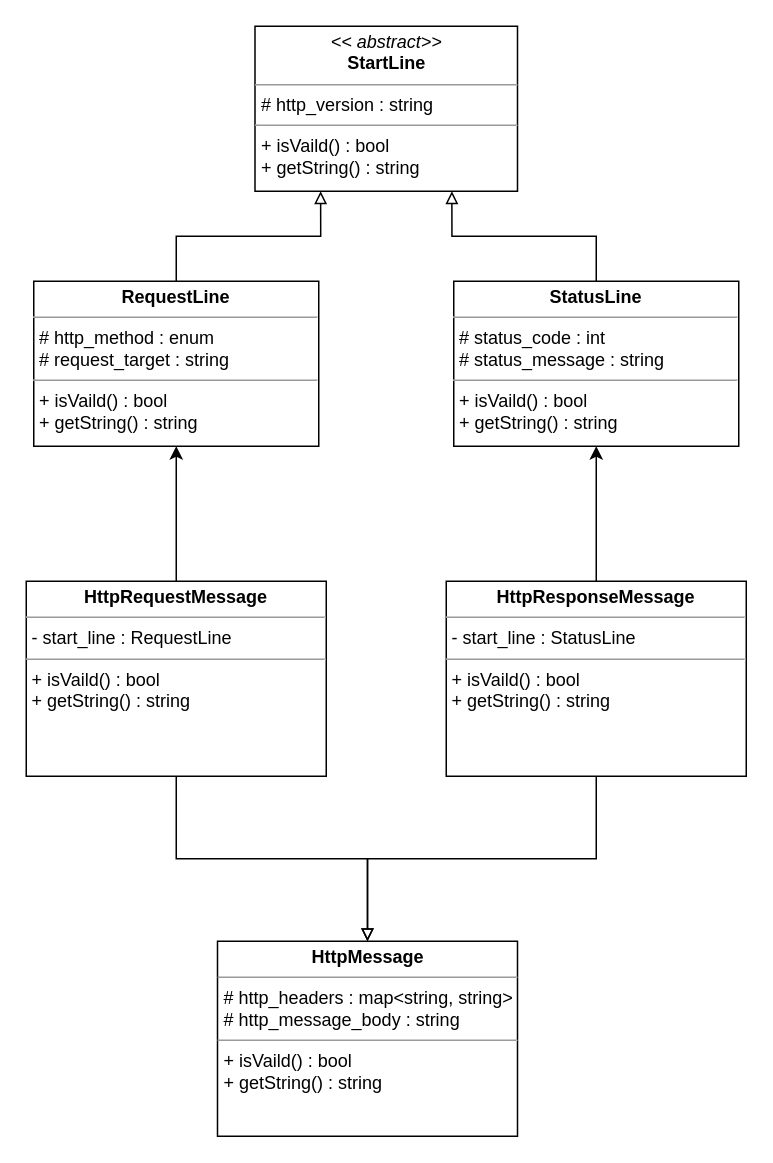
Earlier version of the draw.io diagram page "HttpMessage" (2 of 4) of docs/ClassDiagram/Diagram.drawio (wkdtpgns5016/webserve). Source tidied: cells renumbered, new cells numbered last; positions are measured from the earlier drawing's top-left corner, leaving out a move shared by most shapes. Both pictures are drawn from the tidied source at 150%, with x=0, y=0 at pixel (26, 26).
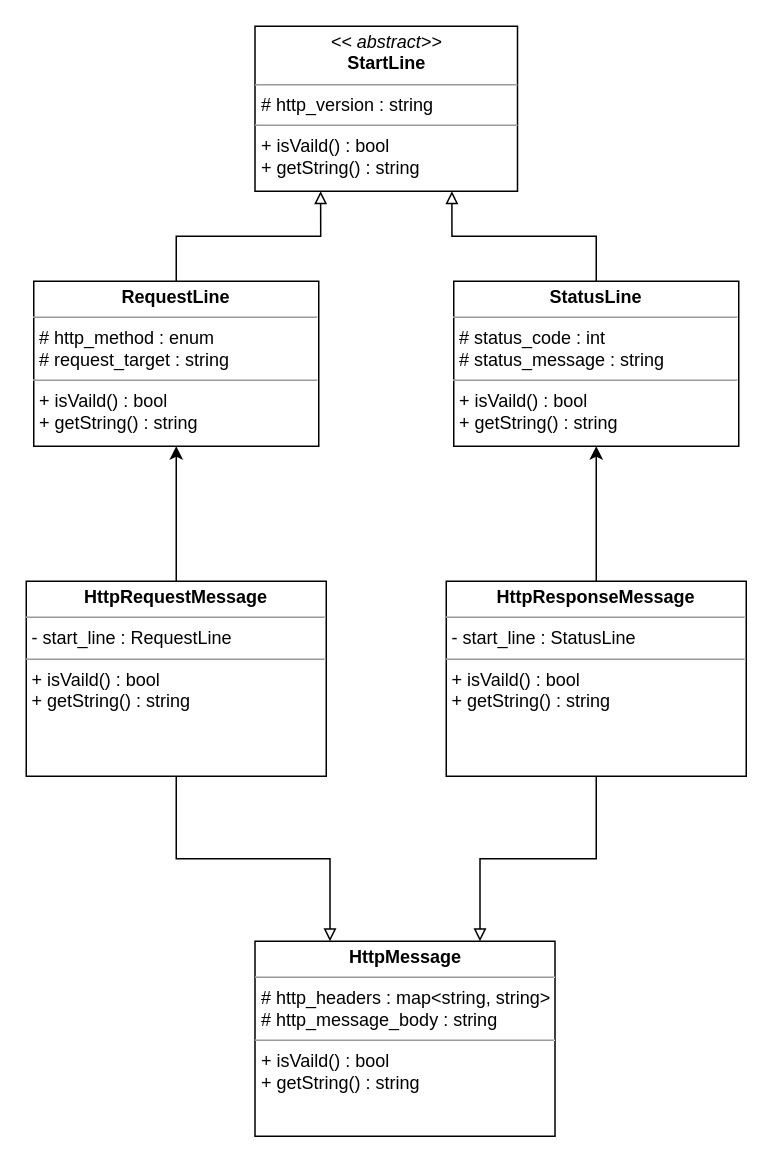
The same diagram, later.

Diff of the diagram source:
```diff
@@
 <mxGraphModel>
   <root>
     <mxCell id="0" />
     <mxCell id="1" parent="0" />
     <mxCell id="2" value="&lt;p style=&quot;margin:0px;margin-top:4px;text-align:center;&quot;&gt;&lt;i&gt;&amp;lt;&amp;lt; abstract&amp;gt;&amp;gt;&lt;/i&gt;&lt;br&gt;&lt;b&gt;StartLine&lt;/b&gt;&lt;/p&gt;&lt;hr size=&quot;1&quot;&gt;&lt;p style=&quot;margin:0px;margin-left:4px;&quot;&gt;# http_version : string&lt;br&gt;&lt;/p&gt;&lt;hr size=&quot;1&quot;&gt;&lt;p style=&quot;margin:0px;margin-left:4px;&quot;&gt;+ isVaild() : bool&lt;/p&gt;&lt;p style=&quot;margin:0px;margin-left:4px;&quot;&gt;+ getString() : string&lt;/p&gt;" style="verticalAlign=top;align=left;overflow=fill;fontSize=12;fontFamily=Helvetica;html=1;whiteSpace=wrap;" parent="1" vertex="1">
       <mxGeometry x="152.5" width="175" height="110" as="geometry" />
     </mxCell>
     <mxCell id="3" style="edgeStyle=orthogonalEdgeStyle;rounded=0;jettySize=auto;html=1;exitX=0.5;exitY=0;exitDx=0;exitDy=0;entryX=0.25;entryY=1;entryDx=0;entryDy=0;endArrow=block;endFill=0;" parent="1" edge="1" source="4" target="2">
       <mxGeometry relative="1" as="geometry" />
     </mxCell>
     <mxCell id="4" value="&lt;p style=&quot;margin:0px;margin-top:4px;text-align:center;&quot;&gt;&lt;b&gt;RequestLine&lt;/b&gt;&lt;/p&gt;&lt;hr size=&quot;1&quot;&gt;&lt;p style=&quot;margin:0px;margin-left:4px;&quot;&gt;# http_method : enum&lt;/p&gt;&lt;p style=&quot;margin:0px;margin-left:4px;&quot;&gt;# request_target : string&lt;/p&gt;&lt;hr size=&quot;1&quot;&gt;&lt;p style=&quot;border-color: var(--border-color); margin: 0px 0px 0px 4px;&quot;&gt;+ isVaild() : bool&lt;/p&gt;&lt;p style=&quot;border-color: var(--border-color); margin: 0px 0px 0px 4px;&quot;&gt;+ getString() : string&lt;/p&gt;" style="verticalAlign=top;align=left;overflow=fill;fontSize=12;fontFamily=Helvetica;html=1;whiteSpace=wrap;" parent="1" vertex="1">
       <mxGeometry x="5" y="170" width="190" height="110" as="geometry" />
     </mxCell>
     <mxCell id="5" style="edgeStyle=orthogonalEdgeStyle;rounded=0;jettySize=auto;html=1;exitX=0.5;exitY=0;exitDx=0;exitDy=0;entryX=0.75;entryY=1;entryDx=0;entryDy=0;endArrow=block;endFill=0;" parent="1" edge="1" source="6" target="2">
       <mxGeometry relative="1" as="geometry" />
     </mxCell>
     <mxCell id="6" value="&lt;p style=&quot;margin:0px;margin-top:4px;text-align:center;&quot;&gt;&lt;b&gt;StatusLine&lt;/b&gt;&lt;/p&gt;&lt;hr size=&quot;1&quot;&gt;&lt;p style=&quot;margin:0px;margin-left:4px;&quot;&gt;# status_code : int&lt;/p&gt;&lt;p style=&quot;margin:0px;margin-left:4px;&quot;&gt;# status_message : string&lt;/p&gt;&lt;hr size=&quot;1&quot;&gt;&lt;p style=&quot;border-color: var(--border-color); margin: 0px 0px 0px 4px;&quot;&gt;+ isVaild() : bool&lt;/p&gt;&lt;p style=&quot;border-color: var(--border-color); margin: 0px 0px 0px 4px;&quot;&gt;+ getString() : string&lt;/p&gt;" style="verticalAlign=top;align=left;overflow=fill;fontSize=12;fontFamily=Helvetica;html=1;whiteSpace=wrap;" parent="1" vertex="1">
       <mxGeometry x="285" y="170" width="190" height="110" as="geometry" />
     </mxCell>
     <mxCell id="7" value="&lt;p style=&quot;border-color: var(--border-color); margin: 4px 0px 0px; text-align: center;&quot;&gt;&lt;b style=&quot;border-color: var(--border-color);&quot;&gt;HttpMessage&lt;/b&gt;&lt;/p&gt;&lt;hr style=&quot;border-color: var(--border-color);&quot; size=&quot;1&quot;&gt;&lt;p style=&quot;border-color: var(--border-color); margin: 0px 0px 0px 4px;&quot;&gt;&lt;span style=&quot;background-color: initial;&quot;&gt;# http_headers : map&amp;lt;string, string&amp;gt;&lt;/span&gt;&lt;br&gt;&lt;/p&gt;&lt;p style=&quot;border-color: var(--border-color); margin: 0px 0px 0px 4px;&quot;&gt;# http_message_body : string&lt;/p&gt;&lt;hr size=&quot;1&quot;&gt;&lt;p style=&quot;margin:0px;margin-left:4px;&quot;&gt;+ isVaild() : bool&lt;/p&gt;&lt;p style=&quot;margin:0px;margin-left:4px;&quot;&gt;+ getString() : string&lt;/p&gt;" style="verticalAlign=top;align=left;overflow=fill;fontSize=12;fontFamily=Helvetica;html=1;whiteSpace=wrap;" parent="1" vertex="1">
-      <mxGeometry x="127.5" y="610" width="200" height="130" as="geometry" />
+      <mxGeometry x="152.5" y="610" width="200" height="130" as="geometry" />
     </mxCell>
-    <mxCell id="8" style="edgeStyle=orthogonalEdgeStyle;rounded=0;jettySize=auto;html=1;exitX=0.5;exitY=1;exitDx=0;exitDy=0;entryX=0.5;entryY=0;entryDx=0;entryDy=0;endArrow=block;endFill=0;" parent="1" edge="1" source="10" target="7">
+    <mxCell id="8" style="edgeStyle=orthogonalEdgeStyle;rounded=0;jettySize=auto;html=1;exitX=0.5;exitY=1;exitDx=0;exitDy=0;entryX=0.25;entryY=0;entryDx=0;entryDy=0;endArrow=block;endFill=0;" parent="1" edge="1" source="10" target="7">
       <mxGeometry relative="1" as="geometry" />
     </mxCell>
     <mxCell id="9" style="edgeStyle=orthogonalEdgeStyle;rounded=0;jettySize=auto;html=1;exitX=0.5;exitY=0;exitDx=0;exitDy=0;entryX=0.5;entryY=1;entryDx=0;entryDy=0;" parent="1" edge="1" source="10" target="4">
       <mxGeometry relative="1" as="geometry" />
     </mxCell>
     <mxCell id="10" value="&lt;p style=&quot;margin:0px;margin-top:4px;text-align:center;&quot;&gt;&lt;b&gt;HttpRequestMessage&lt;/b&gt;&lt;/p&gt;&lt;hr size=&quot;1&quot;&gt;&lt;p style=&quot;margin:0px;margin-left:4px;&quot;&gt;- start_line : RequestLine&lt;br&gt;&lt;/p&gt;&lt;hr size=&quot;1&quot;&gt;&lt;p style=&quot;margin:0px;margin-left:4px;&quot;&gt;+ isVaild() : bool&lt;/p&gt;&lt;p style=&quot;margin:0px;margin-left:4px;&quot;&gt;+ getString() : string&lt;/p&gt;" style="verticalAlign=top;align=left;overflow=fill;fontSize=12;fontFamily=Helvetica;html=1;whiteSpace=wrap;" parent="1" vertex="1">
       <mxGeometry y="370" width="200" height="130" as="geometry" />
     </mxCell>
-    <mxCell id="11" style="edgeStyle=orthogonalEdgeStyle;rounded=0;jettySize=auto;html=1;exitX=0.5;exitY=1;exitDx=0;exitDy=0;entryX=0.5;entryY=0;entryDx=0;entryDy=0;endArrow=block;endFill=0;" parent="1" edge="1" source="13" target="7">
+    <mxCell id="11" style="edgeStyle=orthogonalEdgeStyle;rounded=0;jettySize=auto;html=1;exitX=0.5;exitY=1;exitDx=0;exitDy=0;entryX=0.75;entryY=0;entryDx=0;entryDy=0;endArrow=block;endFill=0;" parent="1" edge="1" source="13" target="7">
       <mxGeometry relative="1" as="geometry" />
     </mxCell>
     <mxCell id="12" style="edgeStyle=orthogonalEdgeStyle;rounded=0;jettySize=auto;html=1;exitX=0.5;exitY=0;exitDx=0;exitDy=0;entryX=0.5;entryY=1;entryDx=0;entryDy=0;" parent="1" edge="1" source="13" target="6">
       <mxGeometry relative="1" as="geometry" />
     </mxCell>
     <mxCell id="13" value="&lt;p style=&quot;margin:0px;margin-top:4px;text-align:center;&quot;&gt;&lt;b&gt;HttpResponseMessage&lt;/b&gt;&lt;/p&gt;&lt;hr size=&quot;1&quot;&gt;&lt;p style=&quot;margin:0px;margin-left:4px;&quot;&gt;- start_line : StatusLine&lt;br&gt;&lt;/p&gt;&lt;hr size=&quot;1&quot;&gt;&lt;p style=&quot;margin:0px;margin-left:4px;&quot;&gt;+ isVaild() : bool&lt;/p&gt;&lt;p style=&quot;margin:0px;margin-left:4px;&quot;&gt;+ getString() : string&lt;/p&gt;" style="verticalAlign=top;align=left;overflow=fill;fontSize=12;fontFamily=Helvetica;html=1;whiteSpace=wrap;" parent="1" vertex="1">
       <mxGeometry x="280" y="370" width="200" height="130" as="geometry" />
     </mxCell>
   </root>
 </mxGraphModel>
```
